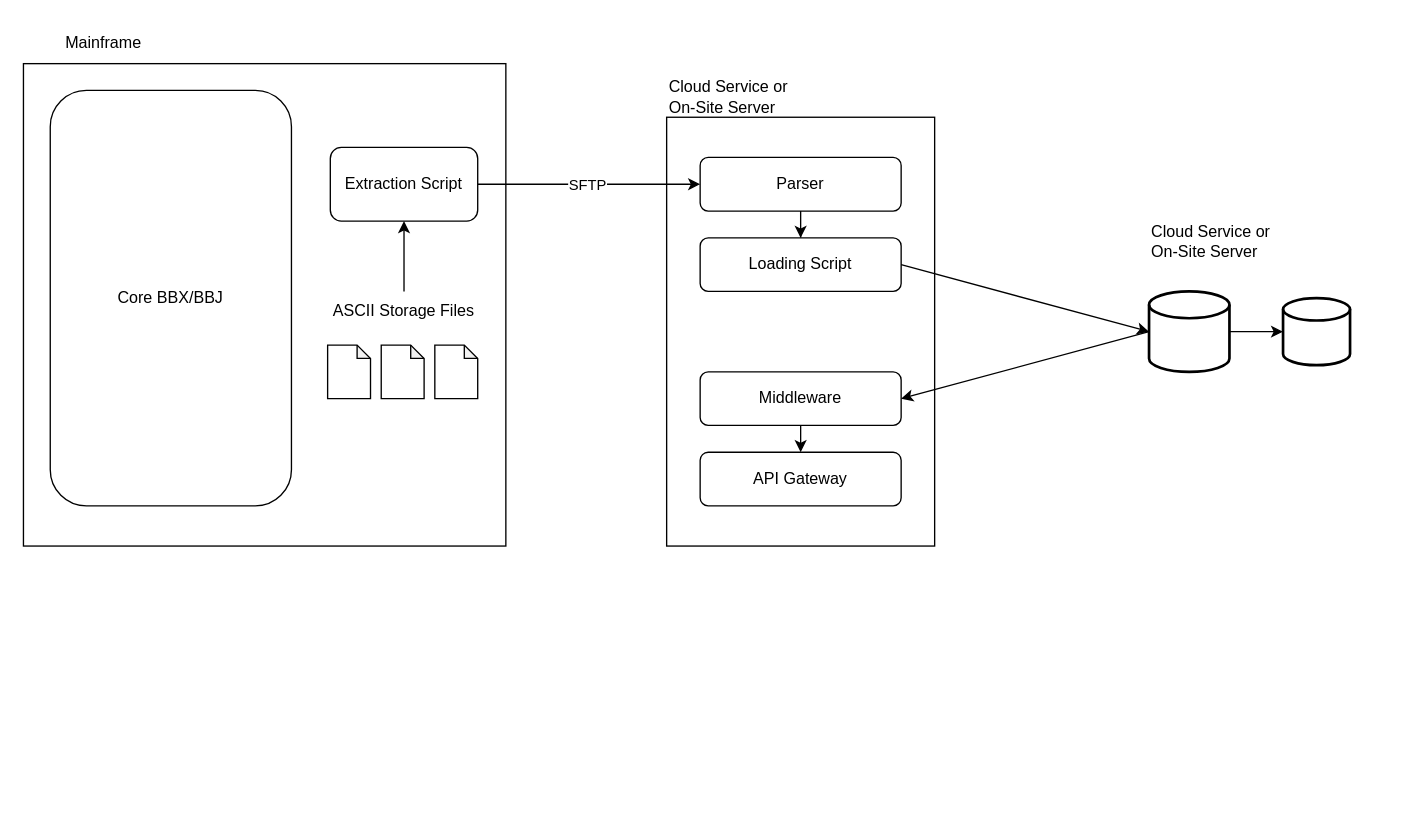
Above: HighLevel.drawio in Nicholas-Zarate/Nicholas-Zarate (draw.io), before the change. Source tidied: cells renumbered, new cells numbered last; positions are measured from the earlier drawing's top-left corner, leaving out a move shared by most shapes. Both pictures are drawn from the tidied source at 134%, with x=0, y=0 at pixel (23, 23). Pictures stored in the file or linked from it are replaced by grey dashed boxes.
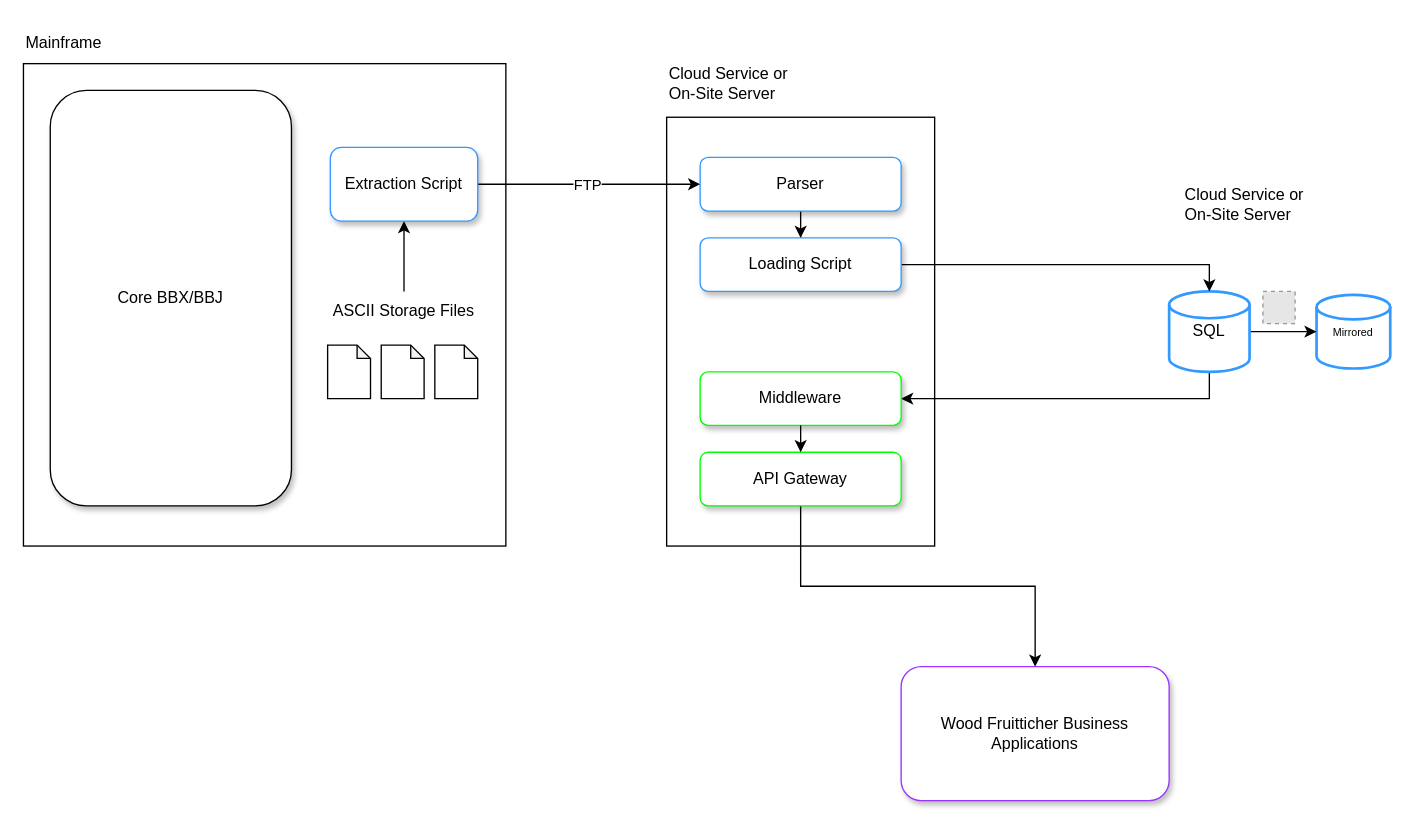
The same diagram, later.

Unchanged cells that the change refers to:
```xml
<mxCell id="23" style="edgeStyle=orthogonalEdgeStyle;rounded=0;jettySize=auto;html=1;exitX=1;exitY=0.5;exitDx=0;exitDy=0;entryX=0;entryY=0.5;entryDx=0;entryDy=0;" parent="1" edge="1" source="25" target="8">
  <mxGeometry relative="1" as="geometry" />
</mxCell>
```

The edit, as a diff of the source:
```diff
@@
-    <mxCell id="4" style="strokeWidth=2;html=1;shape=mxgraph.flowchart.database;whiteSpace=wrap;" parent="1" vertex="1">
-      <mxGeometry x="940" y="205" width="50" height="50" as="geometry" />
+    <mxCell id="4" value="&lt;font style=&quot;font-size: 8px;&quot;&gt;Mirrored&lt;/font&gt;" style="strokeWidth=2;html=1;shape=mxgraph.flowchart.database;whiteSpace=wrap;strokeColor=#3399FF;" parent="1" vertex="1">
+      <mxGeometry x="965" y="202.5" width="55" height="55" as="geometry" />
     </mxCell>
@@
+    <mxCell id="14" style="edgeStyle=orthogonalEdgeStyle;rounded=0;jettySize=auto;html=1;exitX=0.5;exitY=1;exitDx=0;exitDy=0;exitPerimeter=0;entryX=1;entryY=0.5;entryDx=0;entryDy=0;fontSize=10;" parent="1" edge="1" source="6" target="10">
+      <mxGeometry relative="1" as="geometry" />
+    </mxCell>
-    <mxCell id="6" style="strokeWidth=2;html=1;shape=mxgraph.flowchart.database;whiteSpace=wrap;" parent="1" vertex="1">
-      <mxGeometry x="840" y="200" width="60" height="60" as="geometry" />
+    <mxCell id="6" value="SQL" style="strokeWidth=2;html=1;shape=mxgraph.flowchart.database;whiteSpace=wrap;strokeColor=#3399FF;" parent="1" vertex="1">
+      <mxGeometry x="855" y="200" width="60" height="60" as="geometry" />
     </mxCell>
@@
-    <mxCell id="8" value="Parser" style="rounded=1;whiteSpace=wrap;html=1;" parent="1" vertex="1">
+    <mxCell id="8" value="Parser" style="rounded=1;whiteSpace=wrap;html=1;strokeColor=#3399FF;sketch=0;shadow=1;" parent="1" vertex="1">
       <mxGeometry x="505" y="100" width="150" height="40" as="geometry" />
     </mxCell>
+    <mxCell id="27" style="edgeStyle=orthogonalEdgeStyle;rounded=0;jettySize=auto;html=1;exitX=0.5;exitY=1;exitDx=0;exitDy=0;entryX=0.5;entryY=0;entryDx=0;entryDy=0;" parent="1" edge="1" source="9" target="28">
+      <mxGeometry relative="1" as="geometry" />
+    </mxCell>
-    <mxCell id="9" value="API Gateway" style="rounded=1;whiteSpace=wrap;html=1;" parent="1" vertex="1">
+    <mxCell id="9" value="API Gateway" style="rounded=1;whiteSpace=wrap;html=1;strokeColor=#00FF00;shadow=1;" parent="1" vertex="1">
       <mxGeometry x="505" y="320" width="150" height="40" as="geometry" />
     </mxCell>
-    <mxCell id="10" value="Middleware" style="rounded=1;whiteSpace=wrap;html=1;" parent="1" vertex="1">
+    <mxCell id="10" value="Middleware" style="rounded=1;whiteSpace=wrap;html=1;strokeColor=#00FF00;shadow=1;" parent="1" vertex="1">
       <mxGeometry x="505" y="260" width="150" height="40" as="geometry" />
     </mxCell>
+    <mxCell id="13" style="edgeStyle=orthogonalEdgeStyle;rounded=0;jettySize=auto;html=1;exitX=1;exitY=0.5;exitDx=0;exitDy=0;entryX=0.5;entryY=0;entryDx=0;entryDy=0;entryPerimeter=0;fontSize=10;" parent="1" edge="1" source="11" target="6">
+      <mxGeometry relative="1" as="geometry" />
+    </mxCell>
-    <mxCell id="11" value="Loading Script" style="rounded=1;whiteSpace=wrap;html=1;" parent="1" vertex="1">
+    <mxCell id="11" value="Loading Script" style="rounded=1;whiteSpace=wrap;html=1;strokeColor=#3399FF;shadow=1;" parent="1" vertex="1">
       <mxGeometry x="505" y="160" width="150" height="40" as="geometry" />
     </mxCell>
@@
-    <mxCell id="13" style="endArrow=classic;html=1;rounded=0;entryX=0;entryY=0.5;entryDx=0;entryDy=0;entryPerimeter=0;exitX=1;exitY=0.5;exitDx=0;exitDy=0;" parent="1" edge="1" source="11" target="6">
-      <mxGeometry relative="1" as="geometry" />
-    </mxCell>
-    <mxCell id="14" style="endArrow=classic;html=1;rounded=0;exitX=0;exitY=0.5;exitDx=0;exitDy=0;exitPerimeter=0;entryX=1;entryY=0.5;entryDx=0;entryDy=0;" parent="1" edge="1" source="6" target="10">
-      <mxGeometry relative="1" as="geometry" />
-    </mxCell>
-    <mxCell id="15" value="Core BBX/BBJ" style="rounded=1;whiteSpace=wrap;html=1;" parent="1" vertex="1">
+    <mxCell id="15" value="Core BBX/BBJ" style="rounded=1;whiteSpace=wrap;html=1;shadow=1;" parent="1" vertex="1">
       <mxGeometry x="20" y="50" width="180" height="310" as="geometry" />
     </mxCell>
@@
-    <mxCell id="21" value="Mainframe" style="text;html=1;strokeColor=none;fillColor=none;align=center;verticalAlign=middle;whiteSpace=wrap;rounded=0;" parent="1" vertex="1">
+    <mxCell id="21" value="Mainframe" style="text;html=1;strokeColor=none;fillColor=none;align=left;verticalAlign=middle;whiteSpace=wrap;rounded=0;" parent="1" vertex="1">
       <mxGeometry width="120" height="30" as="geometry" />
     </mxCell>
     <mxCell id="22" value="Cloud Service or On-Site Server" style="text;html=1;strokeColor=none;fillColor=none;align=left;verticalAlign=middle;whiteSpace=wrap;rounded=0;" parent="1" vertex="1">
-      <mxGeometry x="480" y="40" width="110" height="30" as="geometry" />
+      <mxGeometry x="480" y="30" width="110" height="30" as="geometry" />
     </mxCell>
@@
-    <mxCell id="24" value="SFTP" style="edgeLabel;html=1;align=center;verticalAlign=middle;" parent="23" vertex="1">
+    <mxCell id="24" value="FTP" style="edgeLabel;html=1;align=center;verticalAlign=middle;" parent="23" vertex="1">
       <mxGeometry x="-0.16" y="1" relative="1" as="geometry">
         <mxPoint x="11" y="1" as="offset" />
       </mxGeometry>
     </mxCell>
-    <mxCell id="25" value="Extraction Script" style="rounded=1;whiteSpace=wrap;html=1;" parent="1" vertex="1">
+    <mxCell id="25" value="Extraction Script" style="rounded=1;whiteSpace=wrap;html=1;labelBackgroundColor=none;labelBorderColor=none;glass=0;shadow=1;strokeColor=#3399FF;" parent="1" vertex="1">
       <mxGeometry x="229" y="92.5" width="110" height="55" as="geometry" />
     </mxCell>
     <mxCell id="26" value="Cloud Service or On-Site Server" style="text;html=1;strokeColor=none;fillColor=none;align=left;verticalAlign=middle;whiteSpace=wrap;rounded=0;" parent="1" vertex="1">
-      <mxGeometry x="840" y="147.5" width="110" height="30" as="geometry" />
+      <mxGeometry x="865" y="120" width="110" height="30" as="geometry" />
     </mxCell>
+    <mxCell id="28" value="Wood Fruitticher Business Applications" style="rounded=1;whiteSpace=wrap;html=1;shadow=1;strokeColor=#9933FF;" parent="1" vertex="1">
+      <mxGeometry x="655" y="480" width="200" height="100" as="geometry" />
+    </mxCell>
+    <mxCell id="29" style="fillColor=#E6E6E6;strokeColor=#999999;dashed=1;html=1;verticalAlign=top;verticalLabelPosition=bottom;labelBackgroundColor=default;fontSize=8;fontColor=#FFFFFF;" parent="1" vertex="1">
+      <mxGeometry x="925" y="200" width="24" height="24" as="geometry" />
+    </mxCell>
```
